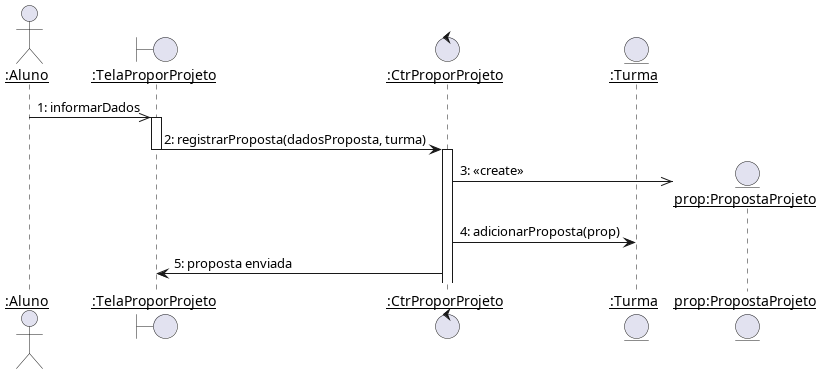
Earlier version of the PlantUML export diagramas/sequencia/propor_projeto.png (Pedro-V/projetorium).
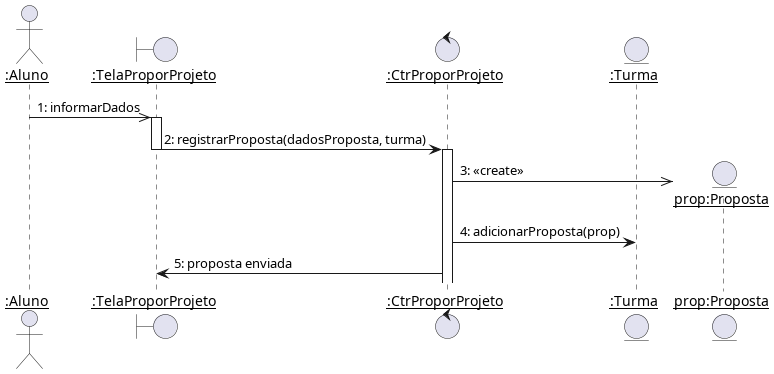
The same diagram one commit later.

Change to the diagram source:
```diff
@@ -5,11 +5,11 @@
 boundary ":TelaProporProjeto" as TelaProporProjeto
 control ":CtrProporProjeto" as CtrProporProjeto
 entity ":Turma" as Turma
-entity "prop:PropostaProjeto" as PropostaProjeto
+entity "prop:Proposta" as Proposta
 
 Aluno ->> TelaProporProjeto ++: 1: informarDados
 TelaProporProjeto -> CtrProporProjeto --++: 2: registrarProposta(dadosProposta, turma)
-CtrProporProjeto ->> PropostaProjeto **: 3: <<create>>
+CtrProporProjeto ->> Proposta **: 3: <<create>>
 CtrProporProjeto -> Turma : 4: adicionarProposta(prop)
 CtrProporProjeto -> TelaProporProjeto : 5: proposta enviada
 @enduml
```
